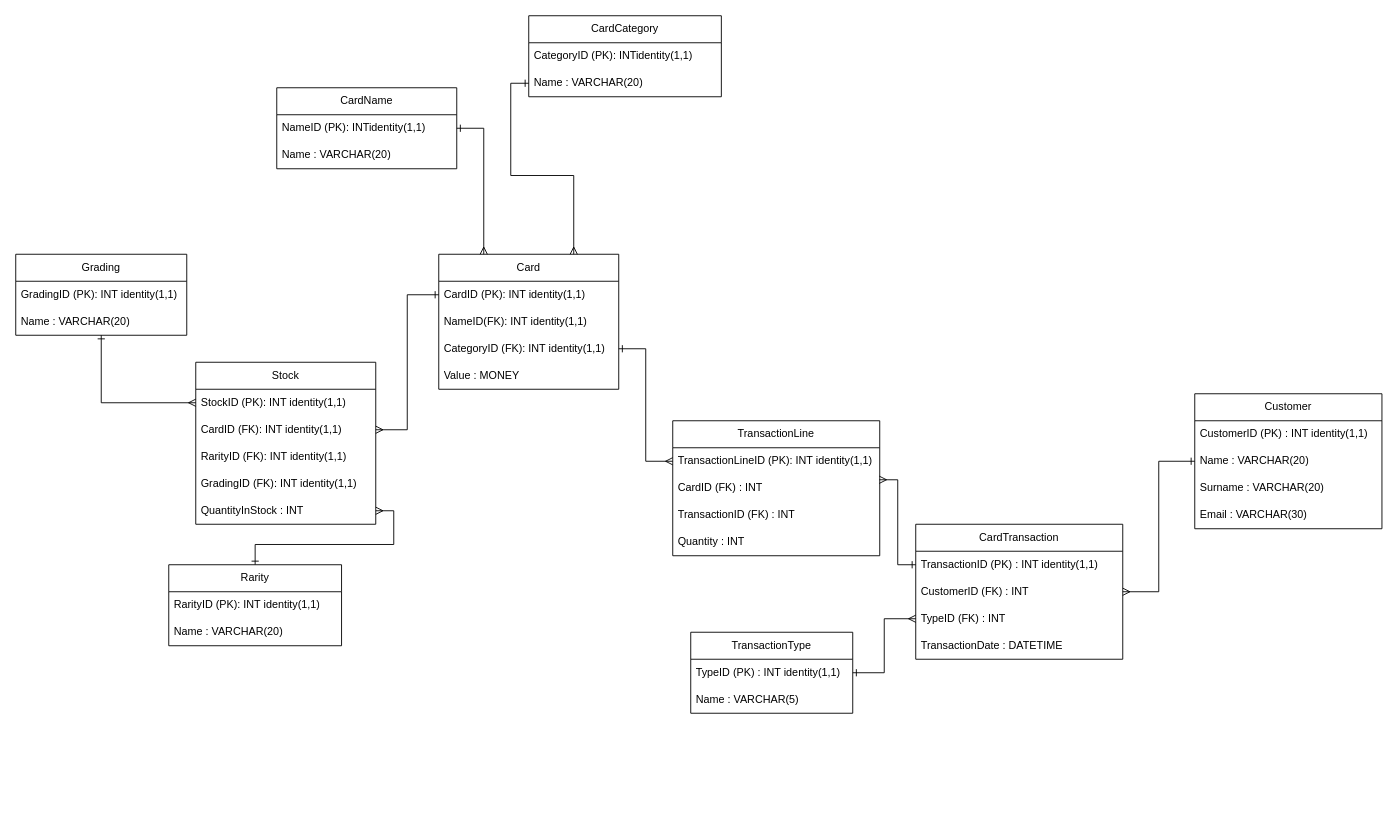
Earlier version of the draw.io diagram Documentation/LevelUp1LogicalERD.drawio (bbd-grad-levelups/Fantasy-Trading-Card-Database). Source tidied: cells renumbered, new cells numbered last; positions are measured from the earlier drawing's top-left corner, leaving out a move shared by most shapes. Both pictures are drawn from the tidied source at 90%, with x=0, y=0 at pixel (15, 15).
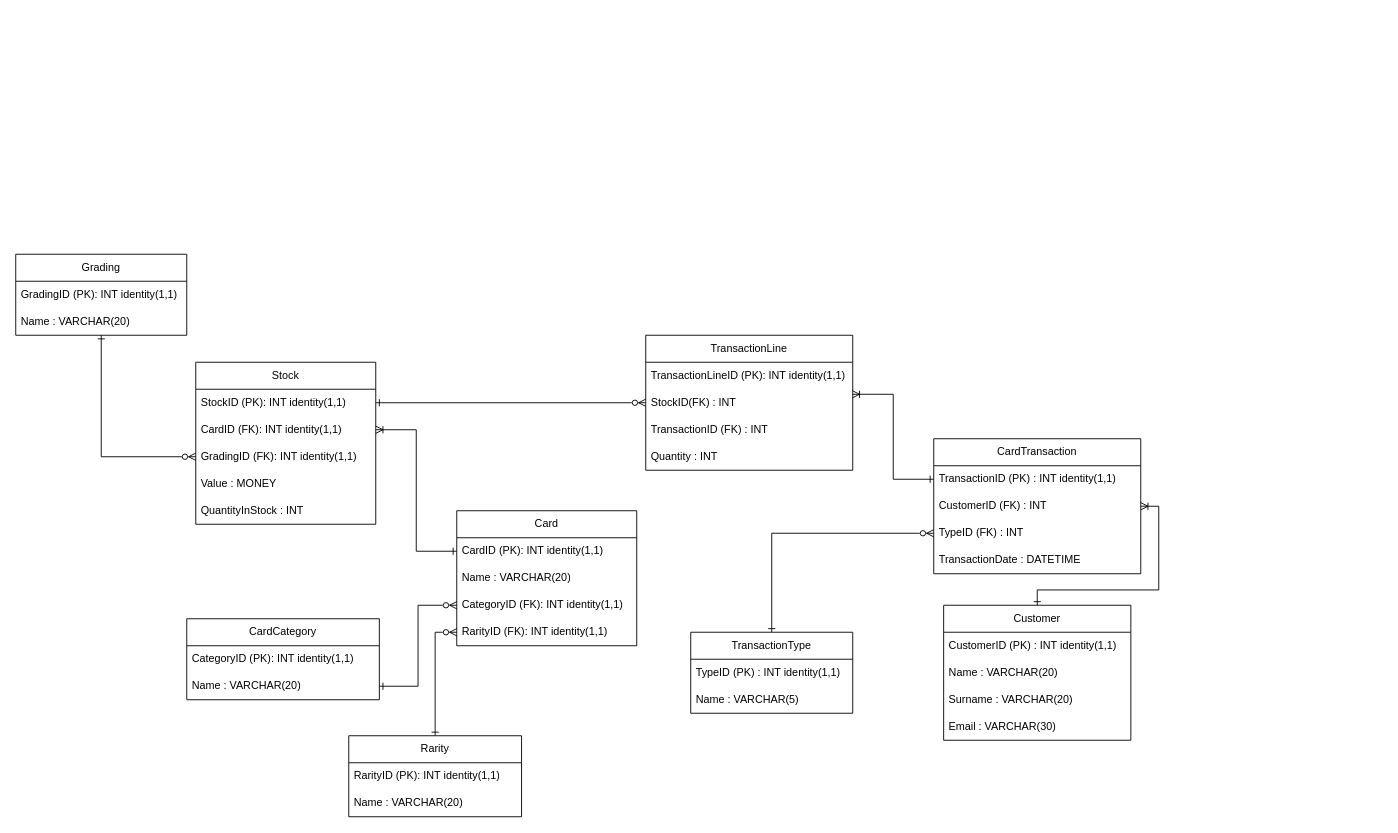
The same diagram, later.

Unchanged cells that the change refers to:
```xml
<mxCell id="4" value="Name : VARCHAR(20)" style="text;strokeColor=none;fillColor=none;align=left;verticalAlign=middle;spacingLeft=4;spacingRight=4;overflow=hidden;points=[[0,0.5],[1,0.5]];portConstraint=eastwest;whiteSpace=wrap;html=1;" parent="2" vertex="1">
  <mxGeometry y="60" width="214" height="30" as="geometry" />
</mxCell>
<mxCell id="6" value="CardID (PK): INT identity(1,1)" style="text;strokeColor=none;fillColor=none;align=left;verticalAlign=middle;spacingLeft=4;spacingRight=4;overflow=hidden;points=[[0,0.5],[1,0.5]];portConstraint=eastwest;whiteSpace=wrap;html=1;" parent="5" vertex="1">
  <mxGeometry y="30" width="200" height="30" as="geometry" />
</mxCell>
<mxCell id="8" value="CategoryID (FK): INT identity(1,1)" style="text;strokeColor=none;fillColor=none;align=left;verticalAlign=middle;spacingLeft=4;spacingRight=4;overflow=hidden;points=[[0,0.5],[1,0.5]];portConstraint=eastwest;whiteSpace=wrap;html=1;" parent="5" vertex="1">
  <mxGeometry y="90" width="200" height="30" as="geometry" />
</mxCell>
<mxCell id="11" value="Grading" style="swimlane;fontStyle=0;horizontal=1;startSize=30;whiteSpace=wrap;html=1;" parent="1" vertex="1">
  <mxGeometry y="265" width="190" height="90" as="geometry" />
</mxCell>
<mxCell id="15" value="TransactionID (PK) : INT identity(1,1)" style="text;strokeColor=none;fillColor=none;align=left;verticalAlign=middle;spacingLeft=4;spacingRight=4;overflow=hidden;points=[[0,0.5],[1,0.5]];portConstraint=eastwest;whiteSpace=wrap;html=1;" parent="14" vertex="1">
  <mxGeometry y="30" width="230" height="30" as="geometry" />
</mxCell>
<mxCell id="16" value="CustomerID (FK) : INT" style="text;strokeColor=none;fillColor=none;align=left;verticalAlign=middle;spacingLeft=4;spacingRight=4;overflow=hidden;points=[[0,0.5],[1,0.5]];portConstraint=eastwest;whiteSpace=wrap;html=1;" parent="14" vertex="1">
  <mxGeometry y="60" width="230" height="30" as="geometry" />
</mxCell>
<mxCell id="17" value="TypeID (FK) : INT" style="text;strokeColor=none;fillColor=none;align=left;verticalAlign=middle;spacingLeft=4;spacingRight=4;overflow=hidden;points=[[0,0.5],[1,0.5]];portConstraint=eastwest;whiteSpace=wrap;html=1;" parent="14" vertex="1">
  <mxGeometry y="90" width="230" height="30" as="geometry" />
</mxCell>
<mxCell id="25" value="Name : VARCHAR(20)" style="text;strokeColor=none;fillColor=none;align=left;verticalAlign=middle;spacingLeft=4;spacingRight=4;overflow=hidden;points=[[0,0.5],[1,0.5]];portConstraint=eastwest;whiteSpace=wrap;html=1;" parent="23" vertex="1">
  <mxGeometry y="60" width="208" height="30" as="geometry" />
</mxCell>
<mxCell id="30" value="TransactionType" style="swimlane;fontStyle=0;horizontal=1;startSize=30;whiteSpace=wrap;html=1;" parent="1" vertex="1">
  <mxGeometry x="750" y="685" width="180" height="90" as="geometry" />
</mxCell>
<mxCell id="34" value="TransactionLineID (PK): INT identity(1,1)" style="text;strokeColor=none;fillColor=none;align=left;verticalAlign=middle;spacingLeft=4;spacingRight=4;overflow=hidden;points=[[0,0.5],[1,0.5]];portConstraint=eastwest;whiteSpace=wrap;html=1;" parent="33" vertex="1">
  <mxGeometry y="30" width="230" height="30" as="geometry" />
</mxCell>
<mxCell id="43" value="Stock" style="swimlane;fontStyle=0;horizontal=1;startSize=30;whiteSpace=wrap;html=1;" parent="1" vertex="1">
  <mxGeometry x="200" y="385" width="200" height="180" as="geometry" />
</mxCell>
<mxCell id="44" value="StockID (PK): INT identity(1,1)" style="text;strokeColor=none;fillColor=none;align=left;verticalAlign=middle;spacingLeft=4;spacingRight=4;overflow=hidden;points=[[0,0.5],[1,0.5]];portConstraint=eastwest;whiteSpace=wrap;html=1;" parent="43" vertex="1">
  <mxGeometry y="30" width="200" height="30" as="geometry" />
</mxCell>
<mxCell id="45" value="CardID (FK): INT identity(1,1)" style="text;strokeColor=none;fillColor=none;align=left;verticalAlign=middle;spacingLeft=4;spacingRight=4;overflow=hidden;points=[[0,0.5],[1,0.5]];portConstraint=eastwest;whiteSpace=wrap;html=1;" parent="43" vertex="1">
  <mxGeometry y="60" width="200" height="30" as="geometry" />
</mxCell>
<mxCell id="48" value="QuantityInStock : INT" style="text;strokeColor=none;fillColor=none;align=left;verticalAlign=middle;spacingLeft=4;spacingRight=4;overflow=hidden;points=[[0,0.5],[1,0.5]];portConstraint=eastwest;whiteSpace=wrap;html=1;" parent="43" vertex="1">
  <mxGeometry y="150" width="200" height="30" as="geometry" />
</mxCell>
```

The edit, as a diff of the source:
```diff
@@
     <mxCell id="2" value="CardCategory" style="swimlane;fontStyle=0;horizontal=1;startSize=30;whiteSpace=wrap;html=1;" parent="1" vertex="1">
-      <mxGeometry x="570" width="214" height="90" as="geometry" />
+      <mxGeometry x="190" y="670" width="214" height="90" as="geometry" />
     </mxCell>
-    <mxCell id="3" value="CategoryID (PK): INTidentity(1,1)" style="text;strokeColor=none;fillColor=none;align=left;verticalAlign=middle;spacingLeft=4;spacingRight=4;overflow=hidden;whiteSpace=wrap;html=1;" parent="2" vertex="1">
+    <mxCell id="3" value="CategoryID (PK): INT identity(1,1)" style="text;strokeColor=none;fillColor=none;align=left;verticalAlign=middle;spacingLeft=4;spacingRight=4;overflow=hidden;whiteSpace=wrap;html=1;" parent="2" vertex="1">
       <mxGeometry y="30" width="214" height="30" as="geometry" />
     </mxCell>
@@
     <mxCell id="5" value="Card" style="swimlane;fontStyle=0;horizontal=1;startSize=30;whiteSpace=wrap;html=1;" parent="1" vertex="1">
-      <mxGeometry x="470" y="265" width="200" height="150" as="geometry" />
+      <mxGeometry x="490" y="550" width="200" height="150" as="geometry" />
     </mxCell>
@@
-    <mxCell id="7" value="NameID(FK): INT identity(1,1)" style="text;strokeColor=none;fillColor=none;align=left;verticalAlign=middle;spacingLeft=4;spacingRight=4;overflow=hidden;whiteSpace=wrap;html=1;" parent="5" vertex="1">
+    <mxCell id="7" value="Name : VARCHAR(20)" style="text;strokeColor=none;fillColor=none;align=left;verticalAlign=middle;spacingLeft=4;spacingRight=4;overflow=hidden;whiteSpace=wrap;html=1;" parent="5" vertex="1">
       <mxGeometry y="60" width="200" height="30" as="geometry" />
     </mxCell>
@@
-    <mxCell id="9" value="Value : MONEY" style="text;strokeColor=none;fillColor=none;align=left;verticalAlign=middle;spacingLeft=4;spacingRight=4;overflow=hidden;points=[[0,0.5],[1,0.5]];portConstraint=eastwest;whiteSpace=wrap;html=1;" parent="5" vertex="1">
+    <mxCell id="9" value="RarityID (FK): INT identity(1,1)" style="text;strokeColor=none;fillColor=none;align=left;verticalAlign=middle;spacingLeft=4;spacingRight=4;overflow=hidden;points=[[0,0.5],[1,0.5]];portConstraint=eastwest;whiteSpace=wrap;html=1;" parent="5" vertex="1">
       <mxGeometry y="120" width="200" height="30" as="geometry" />
     </mxCell>
-    <mxCell id="10" style="edgeStyle=orthogonalEdgeStyle;rounded=0;jettySize=auto;html=1;entryX=0;entryY=0.5;entryDx=0;entryDy=0;endArrow=ERmany;endFill=0;startArrow=ERone;startFill=0;" parent="1" edge="1" source="11" target="44">
+    <mxCell id="10" style="edgeStyle=orthogonalEdgeStyle;rounded=0;jettySize=auto;html=1;entryX=0;entryY=0.5;entryDx=0;entryDy=0;endArrow=ERzeroToMany;endFill=0;startArrow=ERone;startFill=0;" parent="1" edge="1" source="11" target="46">
       <mxGeometry relative="1" as="geometry" />
     </mxCell>
@@
     <mxCell id="14" value="CardTransaction" style="swimlane;fontStyle=0;horizontal=1;startSize=30;whiteSpace=wrap;html=1;" parent="1" vertex="1">
-      <mxGeometry x="1000" y="565" width="230" height="150" as="geometry" />
+      <mxGeometry x="1020" y="470" width="230" height="150" as="geometry" />
     </mxCell>
@@
-    <mxCell id="19" style="edgeStyle=orthogonalEdgeStyle;rounded=0;jettySize=auto;html=1;entryX=1;entryY=0.5;entryDx=0;entryDy=0;endArrow=ERmany;endFill=0;startArrow=ERone;startFill=0;" parent="1" edge="1" source="20" target="48">
+    <mxCell id="19" style="edgeStyle=orthogonalEdgeStyle;rounded=0;jettySize=auto;html=1;endArrow=ERzeroToMany;endFill=0;startArrow=ERone;startFill=0;" parent="1" edge="1" source="20" target="9">
       <mxGeometry relative="1" as="geometry" />
     </mxCell>
     <mxCell id="20" value="Rarity" style="swimlane;fontStyle=0;horizontal=1;startSize=30;whiteSpace=wrap;html=1;" parent="1" vertex="1">
-      <mxGeometry x="170" y="610" width="192" height="90" as="geometry" />
+      <mxGeometry x="370" y="800" width="192" height="90" as="geometry" />
     </mxCell>
@@
     <mxCell id="23" value="Customer" style="swimlane;fontStyle=0;horizontal=1;startSize=30;whiteSpace=wrap;html=1;" parent="1" vertex="1">
-      <mxGeometry x="1310" y="420" width="208" height="150" as="geometry" />
+      <mxGeometry x="1031" y="655" width="208" height="150" as="geometry" />
     </mxCell>
@@
-    <mxCell id="28" style="edgeStyle=orthogonalEdgeStyle;rounded=0;jettySize=auto;html=1;entryX=0;entryY=0.5;entryDx=0;entryDy=0;endArrow=ERone;endFill=0;startArrow=ERmany;startFill=0;" parent="1" edge="1" source="16" target="25">
-      <mxGeometry relative="1" as="geometry" />
+    <mxCell id="28" style="edgeStyle=orthogonalEdgeStyle;rounded=0;jettySize=auto;html=1;endArrow=ERone;endFill=0;startArrow=ERoneToMany;startFill=0;exitX=1;exitY=0.5;exitDx=0;exitDy=0;" parent="1" edge="1" source="16" target="23">
+      <mxGeometry relative="1" as="geometry">
+        <Array as="points">
+          <mxPoint x="1270" y="545" />
+          <mxPoint x="1270" y="638" />
+          <mxPoint x="1135" y="638" />
+        </Array>
+      </mxGeometry>
     </mxCell>
-    <mxCell id="29" style="edgeStyle=orthogonalEdgeStyle;rounded=0;jettySize=auto;html=1;entryX=0;entryY=0.5;entryDx=0;entryDy=0;endArrow=ERmany;endFill=0;startArrow=ERone;startFill=0;" parent="1" edge="1" source="30" target="17">
+    <mxCell id="29" style="edgeStyle=orthogonalEdgeStyle;rounded=0;jettySize=auto;html=1;entryX=0;entryY=0.5;entryDx=0;entryDy=0;endArrow=ERzeroToMany;endFill=0;startArrow=ERone;startFill=0;" parent="1" edge="1" source="30" target="17">
       <mxGeometry relative="1" as="geometry" />
     </mxCell>
@@
     <mxCell id="33" value="TransactionLine" style="swimlane;fontStyle=0;horizontal=1;startSize=30;whiteSpace=wrap;html=1;" parent="1" vertex="1">
-      <mxGeometry x="730" y="450" width="230" height="150" as="geometry" />
+      <mxGeometry x="700" y="355" width="230" height="150" as="geometry" />
     </mxCell>
@@
-    <mxCell id="35" value="CardID (FK) : INT" style="text;strokeColor=none;fillColor=none;align=left;verticalAlign=middle;spacingLeft=4;spacingRight=4;overflow=hidden;points=[[0,0.5],[1,0.5]];portConstraint=eastwest;whiteSpace=wrap;html=1;" parent="33" vertex="1">
+    <mxCell id="35" value="StockID(FK) : INT" style="text;strokeColor=none;fillColor=none;align=left;verticalAlign=middle;spacingLeft=4;spacingRight=4;overflow=hidden;points=[[0,0.5],[1,0.5]];portConstraint=eastwest;whiteSpace=wrap;html=1;" parent="33" vertex="1">
       <mxGeometry y="60" width="230" height="30" as="geometry" />
     </mxCell>
@@
-    <mxCell id="38" style="edgeStyle=orthogonalEdgeStyle;rounded=0;jettySize=auto;html=1;entryX=0;entryY=0.5;entryDx=0;entryDy=0;endArrow=ERmany;endFill=0;startArrow=ERone;startFill=0;" parent="1" edge="1" source="8" target="34">
+    <mxCell id="38" style="edgeStyle=orthogonalEdgeStyle;rounded=0;jettySize=auto;html=1;endArrow=ERzeroToMany;endFill=0;startArrow=ERone;startFill=0;" parent="1" edge="1" source="44" target="35">
       <mxGeometry relative="1" as="geometry" />
     </mxCell>
-    <mxCell id="39" style="edgeStyle=orthogonalEdgeStyle;rounded=0;jettySize=auto;html=1;exitX=0;exitY=0.5;exitDx=0;exitDy=0;entryX=0.998;entryY=0.186;entryDx=0;entryDy=0;entryPerimeter=0;startArrow=ERone;startFill=0;endArrow=ERmany;endFill=0;" parent="1" edge="1" source="15" target="35">
+    <mxCell id="39" style="edgeStyle=orthogonalEdgeStyle;rounded=0;jettySize=auto;html=1;exitX=0;exitY=0.5;exitDx=0;exitDy=0;entryX=0.998;entryY=0.186;entryDx=0;entryDy=0;entryPerimeter=0;startArrow=ERone;startFill=0;endArrow=ERoneToMany;endFill=0;" parent="1" edge="1" source="15" target="35">
       <mxGeometry relative="1" as="geometry" />
     </mxCell>
-    <mxCell id="40" value="CardName" style="swimlane;fontStyle=0;horizontal=1;startSize=30;whiteSpace=wrap;html=1;" parent="1" vertex="1">
-      <mxGeometry x="290" y="80" width="200" height="90" as="geometry" />
-    </mxCell>
-    <mxCell id="41" value="NameID (PK): INTidentity(1,1)" style="text;strokeColor=none;fillColor=none;align=left;verticalAlign=middle;spacingLeft=4;spacingRight=4;overflow=hidden;points=[[0,0.5],[1,0.5]];portConstraint=eastwest;whiteSpace=wrap;html=1;" parent="40" vertex="1">
-      <mxGeometry y="30" width="200" height="30" as="geometry" />
-    </mxCell>
-    <mxCell id="42" value="Name : VARCHAR(20)" style="text;strokeColor=none;fillColor=none;align=left;verticalAlign=middle;spacingLeft=4;spacingRight=4;overflow=hidden;whiteSpace=wrap;html=1;" parent="40" vertex="1">
-      <mxGeometry y="60" width="200" height="30" as="geometry" />
-    </mxCell>
@@
-    <mxCell id="46" value="RarityID (FK): INT identity(1,1)" style="text;strokeColor=none;fillColor=none;align=left;verticalAlign=middle;spacingLeft=4;spacingRight=4;overflow=hidden;points=[[0,0.5],[1,0.5]];portConstraint=eastwest;whiteSpace=wrap;html=1;" parent="43" vertex="1">
+    <mxCell id="46" value="GradingID (FK): INT identity(1,1)" style="text;strokeColor=none;fillColor=none;align=left;verticalAlign=middle;spacingLeft=4;spacingRight=4;overflow=hidden;points=[[0,0.5],[1,0.5]];portConstraint=eastwest;whiteSpace=wrap;html=1;" parent="43" vertex="1">
       <mxGeometry y="90" width="200" height="30" as="geometry" />
     </mxCell>
-    <mxCell id="47" value="GradingID (FK): INT identity(1,1)" style="text;strokeColor=none;fillColor=none;align=left;verticalAlign=middle;spacingLeft=4;spacingRight=4;overflow=hidden;whiteSpace=wrap;html=1;" parent="43" vertex="1">
+    <mxCell id="47" value="Value : MONEY" style="text;strokeColor=none;fillColor=none;align=left;verticalAlign=middle;spacingLeft=4;spacingRight=4;overflow=hidden;whiteSpace=wrap;html=1;" parent="43" vertex="1">
       <mxGeometry y="120" width="200" height="30" as="geometry" />
     </mxCell>
@@
-    <mxCell id="49" style="edgeStyle=orthogonalEdgeStyle;rounded=0;jettySize=auto;html=1;entryX=1;entryY=0.5;entryDx=0;entryDy=0;endArrow=ERmany;endFill=0;startArrow=ERone;startFill=0;" parent="1" edge="1" source="6" target="45">
+    <mxCell id="49" style="edgeStyle=orthogonalEdgeStyle;rounded=0;jettySize=auto;html=1;entryX=1;entryY=0.5;entryDx=0;entryDy=0;endArrow=ERoneToMany;endFill=0;startArrow=ERone;startFill=0;" parent="1" edge="1" source="6" target="45">
       <mxGeometry relative="1" as="geometry" />
     </mxCell>
-    <mxCell id="50" style="edgeStyle=orthogonalEdgeStyle;rounded=0;jettySize=auto;html=1;entryX=0.25;entryY=0;entryDx=0;entryDy=0;endArrow=ERmany;endFill=0;startArrow=ERone;startFill=0;" parent="1" edge="1" source="41" target="5">
-      <mxGeometry relative="1" as="geometry" />
-    </mxCell>
-    <mxCell id="51" style="edgeStyle=orthogonalEdgeStyle;rounded=0;jettySize=auto;html=1;entryX=0.75;entryY=0;entryDx=0;entryDy=0;endArrow=ERmany;endFill=0;startArrow=ERone;startFill=0;" parent="1" edge="1" source="4" target="5">
+    <mxCell id="51" style="edgeStyle=orthogonalEdgeStyle;rounded=0;jettySize=auto;html=1;entryX=0;entryY=0.5;entryDx=0;entryDy=0;endArrow=ERzeroToMany;endFill=0;startArrow=ERone;startFill=0;" parent="1" edge="1" source="4" target="8">
       <mxGeometry relative="1" as="geometry" />
     </mxCell>
```
